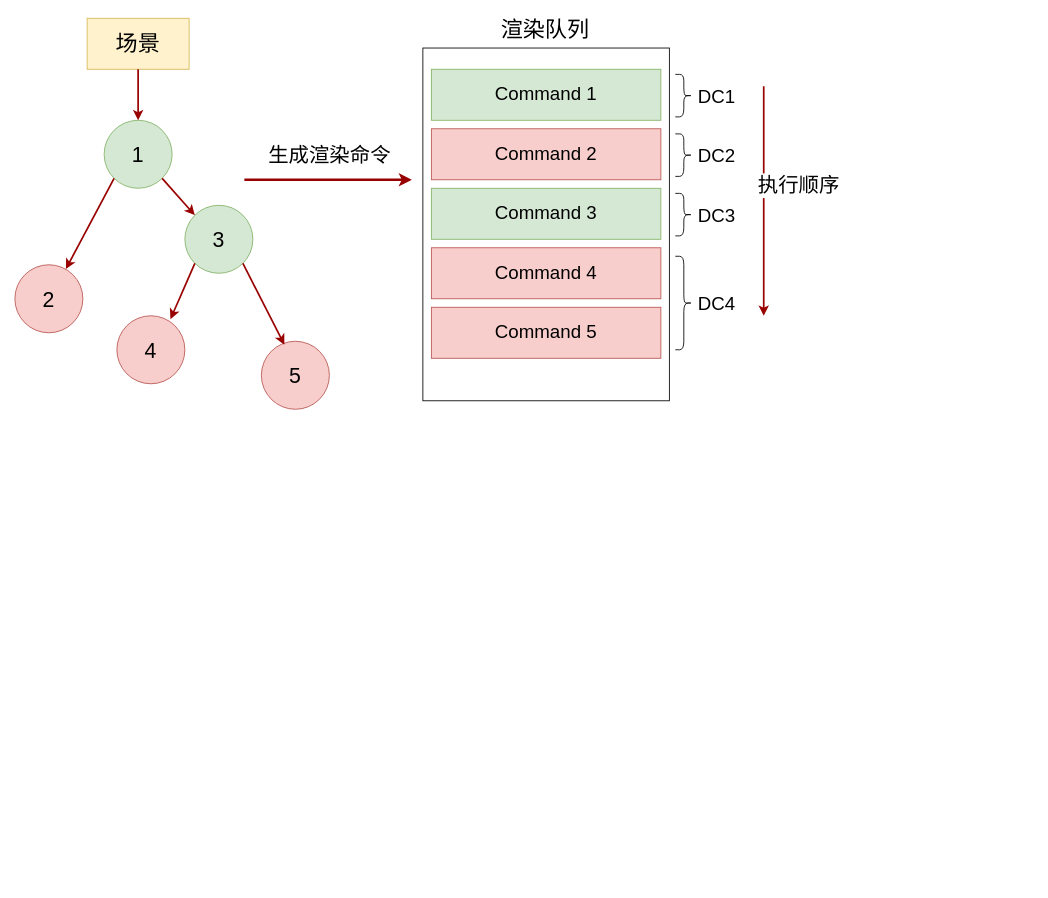
imzoer/imzoer.github.io keeps this draw.io diagram as cocos_render_command.drawio. Above is the earlier version. Source tidied: cells renumbered, new cells numbered last; positions are measured from the earlier drawing's top-left corner, leaving out a move shared by most shapes. Both pictures are drawn from the tidied source at 85%, with x=0, y=0 at pixel (14, 14).
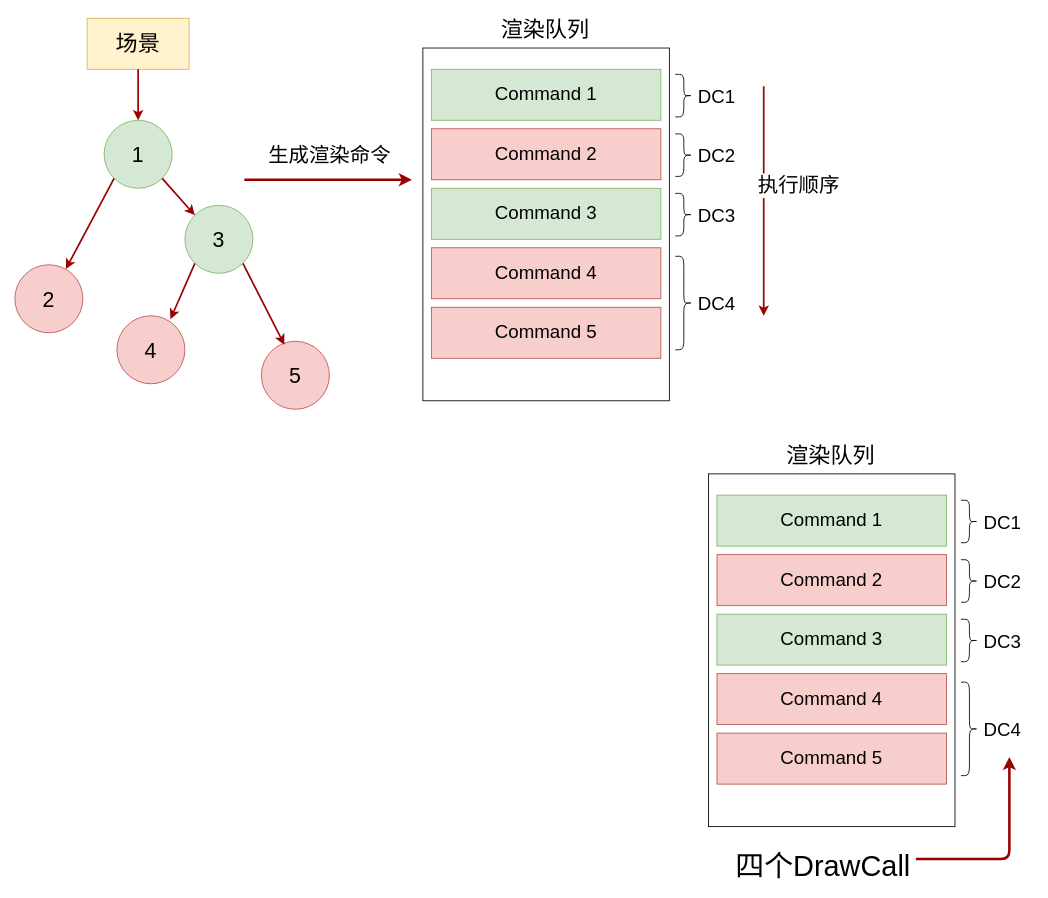
After the change.

The edit, as a diff of the source:
```diff
@@
+    <mxCell id="32" value="&lt;span style=&quot;font-size: 26px&quot;&gt;渲染队列&lt;/span&gt;" style="text;html=1;align=left;verticalAlign=top;spacingTop=-4;" parent="1" vertex="1">
+      <mxGeometry x="906" y="501" width="120" height="20" as="geometry" />
+    </mxCell>
+    <mxCell id="33" style="whiteSpace=wrap;html=1;" parent="1" vertex="1">
+      <mxGeometry x="816" y="540" width="290" height="415" as="geometry" />
+    </mxCell>
+    <mxCell id="34" value="&lt;font&gt;&lt;span style=&quot;font-size: 22px&quot;&gt;Command 1&lt;/span&gt;&lt;/font&gt;" style="rounded=0;whiteSpace=wrap;html=1;fillColor=#d5e8d4;strokeColor=#82b366;fontStyle=0;" parent="1" vertex="1">
+      <mxGeometry x="826" y="565" width="270" height="60" as="geometry" />
+    </mxCell>
+    <mxCell id="35" value="&lt;font&gt;&lt;span style=&quot;font-size: 22px&quot;&gt;Command 2&lt;/span&gt;&lt;/font&gt;" style="rounded=0;whiteSpace=wrap;html=1;fillColor=#f8cecc;strokeColor=#b85450;fontStyle=0;" parent="1" vertex="1">
+      <mxGeometry x="826" y="635" width="270" height="60" as="geometry" />
+    </mxCell>
+    <mxCell id="36" value="&lt;font&gt;&lt;span style=&quot;font-size: 22px&quot;&gt;Command 3&lt;/span&gt;&lt;/font&gt;" style="rounded=0;whiteSpace=wrap;html=1;fillColor=#d5e8d4;strokeColor=#82b366;fontStyle=0;" parent="1" vertex="1">
+      <mxGeometry x="826" y="705" width="270" height="60" as="geometry" />
+    </mxCell>
+    <mxCell id="37" value="&lt;font&gt;&lt;span style=&quot;font-size: 22px&quot;&gt;Command 4&lt;br&gt;&lt;/span&gt;&lt;/font&gt;" style="rounded=0;whiteSpace=wrap;html=1;fillColor=#f8cecc;strokeColor=#b85450;fontStyle=0;" parent="1" vertex="1">
+      <mxGeometry x="826" y="775" width="270" height="60" as="geometry" />
+    </mxCell>
+    <mxCell id="38" value="&lt;font&gt;&lt;span style=&quot;font-size: 22px&quot;&gt;Command 5&lt;/span&gt;&lt;/font&gt;" style="rounded=0;whiteSpace=wrap;html=1;fillColor=#f8cecc;strokeColor=#b85450;fontStyle=0;" parent="1" vertex="1">
+      <mxGeometry x="826" y="845" width="270" height="60" as="geometry" />
+    </mxCell>
+    <mxCell id="39" style="shape=curlyBracket;whiteSpace=wrap;html=1;rounded=1;rotation=180;" parent="1" vertex="1">
+      <mxGeometry x="1113" y="785" width="20" height="110" as="geometry" />
+    </mxCell>
+    <mxCell id="40" style="shape=curlyBracket;whiteSpace=wrap;html=1;rounded=1;rotation=180;" parent="1" vertex="1">
+      <mxGeometry x="1113" y="571" width="20" height="50" as="geometry" />
+    </mxCell>
+    <mxCell id="41" style="shape=curlyBracket;whiteSpace=wrap;html=1;rounded=1;rotation=180;" parent="1" vertex="1">
+      <mxGeometry x="1113" y="641" width="20" height="50" as="geometry" />
+    </mxCell>
+    <mxCell id="42" style="shape=curlyBracket;whiteSpace=wrap;html=1;rounded=1;rotation=180;" parent="1" vertex="1">
+      <mxGeometry x="1113" y="711" width="20" height="50" as="geometry" />
+    </mxCell>
+    <mxCell id="43" value="&lt;font style=&quot;font-size: 22px&quot;&gt;DC1&lt;/font&gt;" style="text;html=1;align=left;verticalAlign=top;spacingTop=-4;" parent="1" vertex="1">
+      <mxGeometry x="1138" y="582" width="60" height="20" as="geometry" />
+    </mxCell>
+    <mxCell id="44" value="&lt;font style=&quot;font-size: 22px&quot;&gt;DC2&lt;/font&gt;" style="text;html=1;align=left;verticalAlign=top;spacingTop=-4;" parent="1" vertex="1">
+      <mxGeometry x="1138" y="652" width="60" height="20" as="geometry" />
+    </mxCell>
+    <mxCell id="45" value="&lt;font style=&quot;font-size: 22px&quot;&gt;DC3&lt;/font&gt;" style="text;html=1;align=left;verticalAlign=top;spacingTop=-4;" parent="1" vertex="1">
+      <mxGeometry x="1138" y="722" width="60" height="20" as="geometry" />
+    </mxCell>
+    <mxCell id="46" value="&lt;font style=&quot;font-size: 22px&quot;&gt;DC4&lt;/font&gt;" style="text;html=1;align=left;verticalAlign=top;spacingTop=-4;" parent="1" vertex="1">
+      <mxGeometry x="1138" y="826" width="60" height="20" as="geometry" />
+    </mxCell>
+    <mxCell id="47" value="&lt;font style=&quot;font-size: 34px&quot;&gt;四个DrawCall&lt;/font&gt;" style="text;html=1;align=left;verticalAlign=top;spacingTop=-4;" parent="1" vertex="1">
+      <mxGeometry x="846" y="978" width="220" height="20" as="geometry" />
+    </mxCell>
+    <mxCell id="48" style="edgeStyle=none;comic=0;orthogonalLoop=1;jettySize=auto;html=1;strokeColor=#990000;strokeWidth=3;fontColor=#000000;fontSize=14;" parent="1" edge="1">
+      <mxGeometry relative="1" as="geometry">
+        <mxPoint x="1060" y="993" as="sourcePoint" />
+        <mxPoint x="1170" y="873" as="targetPoint" />
+        <Array as="points">
+          <mxPoint x="1170" y="993" />
+        </Array>
+      </mxGeometry>
+    </mxCell>
```
